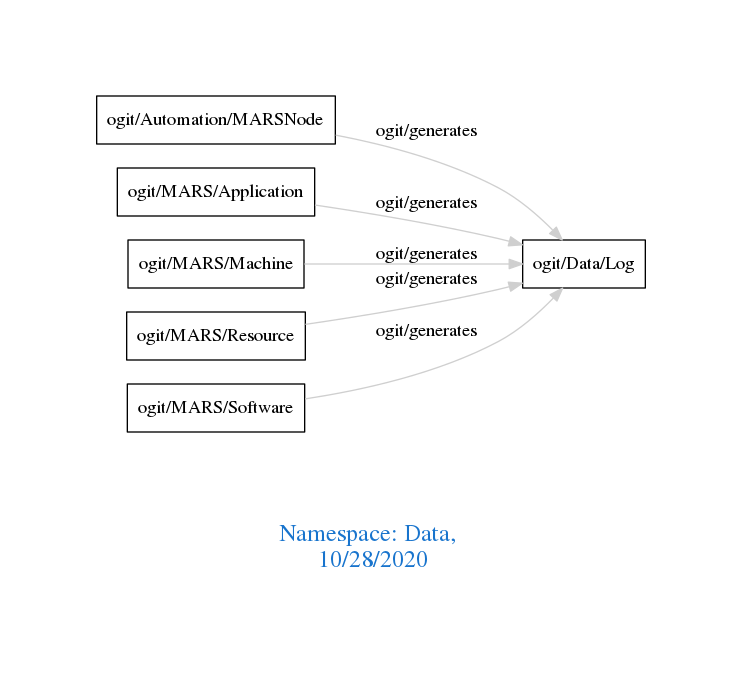
This is downloads/Data.png from arago/OGIT, a Graphviz export, as it was before one commit. Its source is kept beside it as downloads/Data.dot.
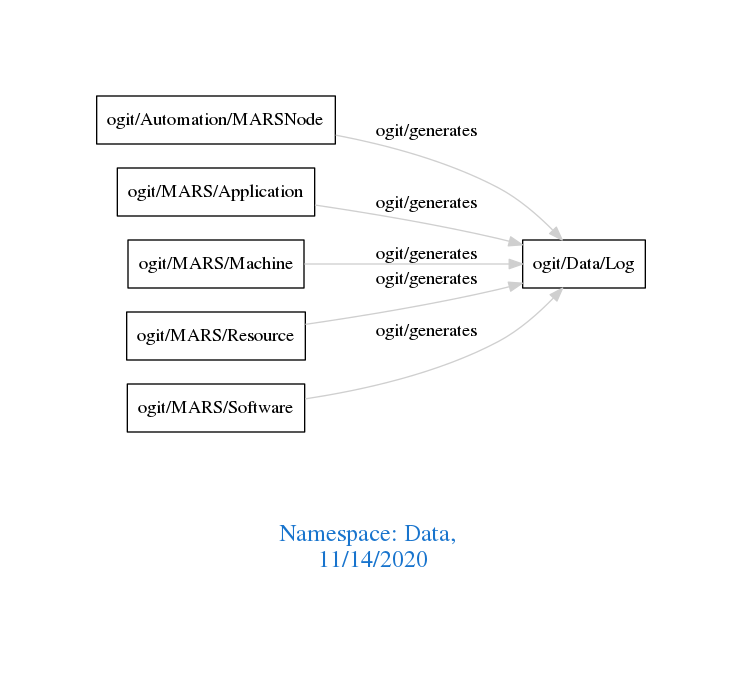
The same file after the commit.

Diff of the diagram source:
```diff
@@ -1,7 +1,7 @@
 digraph OGIT_ontology {
  graph [ rankdir= LR,pad=1
 fontsize = 18,
-fontcolor= dodgerblue3,label = "\n\n\nNamespace: Data, \n 10/28/2020"];
+fontcolor= dodgerblue3,label = "\n\n\nNamespace: Data, \n 11/14/2020"];
 node[shape=polygon];
 edge [  color="gray81"];
 
```
